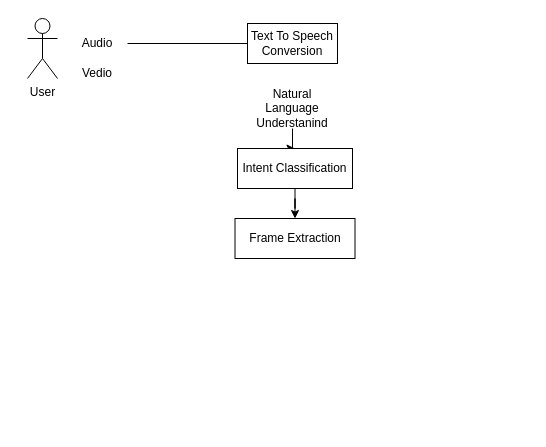
Above: Untitled Diagram.drawio in ahmad2001hotmailyahoo/ahmad-arc (draw.io), before the change. Source tidied: cells renumbered, new cells numbered last; positions are measured from the earlier drawing's top-left corner, leaving out a move shared by most shapes. Both pictures are drawn from the tidied source at 100%, with x=0, y=0 at pixel (27, 18).
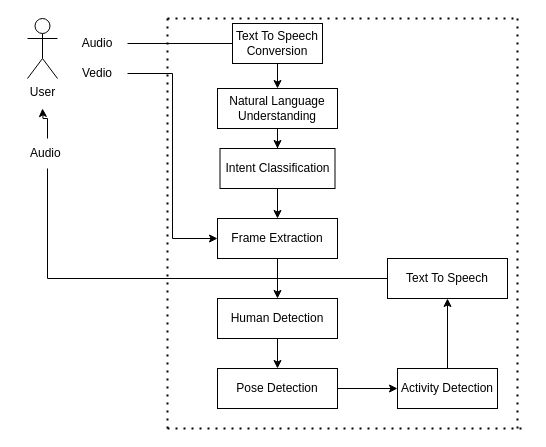
The same diagram, later.

The change refers to these unchanged cells:
```xml
<mxCell id="5" value="Vedio" style="text;html=1;strokeColor=none;fillColor=none;align=center;verticalAlign=middle;whiteSpace=wrap;rounded=0;" parent="1" vertex="1">
  <mxGeometry x="40" y="40" width="60" height="30" as="geometry" />
</mxCell>
```

Change to the diagram source:
```diff
@@
+    <mxCell id="12" style="edgeStyle=orthogonalEdgeStyle;rounded=0;jettySize=auto;html=1;entryX=0;entryY=0.5;entryDx=0;entryDy=0;" parent="1" edge="1" source="5" target="11">
+      <mxGeometry relative="1" as="geometry" />
+    </mxCell>
@@
+    <mxCell id="13" style="edgeStyle=orthogonalEdgeStyle;rounded=0;jettySize=auto;html=1;entryX=0.5;entryY=0;entryDx=0;entryDy=0;" parent="1" edge="1" source="6" target="16">
+      <mxGeometry relative="1" as="geometry" />
+    </mxCell>
     <mxCell id="6" value="Text To Speech Conversion" style="rounded=0;whiteSpace=wrap;html=1;" parent="1" vertex="1">
-      <mxGeometry x="220" y="5" width="90" height="40" as="geometry" />
+      <mxGeometry x="205" y="5" width="90" height="40" as="geometry" />
     </mxCell>
-    <mxCell id="7" style="edgeStyle=orthogonalEdgeStyle;rounded=0;jettySize=auto;html=1;" parent="1" edge="1" source="8" target="10">
-      <mxGeometry relative="1" as="geometry" />
-    </mxCell>
-    <mxCell id="8" value="Natural Language Understanind" style="text;html=1;strokeColor=none;fillColor=none;align=center;verticalAlign=middle;whiteSpace=wrap;rounded=0;" parent="1" vertex="1">
-      <mxGeometry x="220" y="70" width="90" height="40" as="geometry" />
-    </mxCell>
@@
     <mxCell id="10" value="Intent Classification" style="whiteSpace=wrap;html=1;" parent="1" vertex="1">
-      <mxGeometry x="210" y="130" width="115" height="40" as="geometry" />
+      <mxGeometry x="192.5" y="130" width="115" height="40" as="geometry" />
     </mxCell>
+    <mxCell id="14" style="edgeStyle=orthogonalEdgeStyle;rounded=0;jettySize=auto;html=1;" parent="1" edge="1" source="11" target="18">
+      <mxGeometry relative="1" as="geometry" />
+    </mxCell>
     <mxCell id="11" value="Frame Extraction" style="whiteSpace=wrap;html=1;" parent="1" vertex="1">
-      <mxGeometry x="207.5" y="200" width="120" height="40" as="geometry" />
+      <mxGeometry x="190" y="200" width="120" height="40" as="geometry" />
     </mxCell>
+    <mxCell id="15" style="edgeStyle=orthogonalEdgeStyle;rounded=0;jettySize=auto;html=1;entryX=0.5;entryY=0;entryDx=0;entryDy=0;" parent="1" edge="1" source="16" target="10">
+      <mxGeometry relative="1" as="geometry" />
+    </mxCell>
+    <mxCell id="16" value="Natural Language Understanding" style="rounded=0;whiteSpace=wrap;html=1;" parent="1" vertex="1">
+      <mxGeometry x="190" y="70" width="120" height="40" as="geometry" />
+    </mxCell>
+    <mxCell id="17" style="edgeStyle=orthogonalEdgeStyle;rounded=0;jettySize=auto;html=1;" parent="1" edge="1" source="18" target="20">
+      <mxGeometry relative="1" as="geometry" />
+    </mxCell>
+    <mxCell id="18" value="Human Detection" style="whiteSpace=wrap;html=1;" parent="1" vertex="1">
+      <mxGeometry x="190" y="280" width="120" height="40" as="geometry" />
+    </mxCell>
+    <mxCell id="19" style="edgeStyle=orthogonalEdgeStyle;rounded=0;jettySize=auto;html=1;" parent="1" edge="1" source="20" target="22">
+      <mxGeometry relative="1" as="geometry" />
+    </mxCell>
+    <mxCell id="20" value="Pose Detection" style="whiteSpace=wrap;html=1;" parent="1" vertex="1">
+      <mxGeometry x="190" y="350" width="120" height="40" as="geometry" />
+    </mxCell>
+    <mxCell id="21" style="edgeStyle=orthogonalEdgeStyle;rounded=0;jettySize=auto;html=1;" parent="1" edge="1" source="22" target="24">
+      <mxGeometry relative="1" as="geometry" />
+    </mxCell>
+    <mxCell id="22" value="Activity Detection" style="whiteSpace=wrap;html=1;" parent="1" vertex="1">
+      <mxGeometry x="370" y="350" width="100" height="40" as="geometry" />
+    </mxCell>
+    <mxCell id="23" style="edgeStyle=orthogonalEdgeStyle;rounded=0;jettySize=auto;html=1;startArrow=none;" parent="1" edge="1" source="26">
+      <mxGeometry relative="1" as="geometry">
+        <mxPoint x="15" y="90" as="targetPoint" />
+      </mxGeometry>
+    </mxCell>
+    <mxCell id="24" value="Text To Speech&lt;br&gt;" style="whiteSpace=wrap;html=1;" parent="1" vertex="1">
+      <mxGeometry x="360" y="240" width="120" height="40" as="geometry" />
+    </mxCell>
+    <mxCell id="25" style="edgeStyle=orthogonalEdgeStyle;rounded=0;jettySize=auto;html=1;endArrow=none;" parent="1" edge="1" source="24" target="26">
+      <mxGeometry relative="1" as="geometry" />
+    </mxCell>
+    <mxCell id="26" value="Audio&amp;nbsp;&lt;br&gt;" style="text;html=1;strokeColor=none;fillColor=none;align=center;verticalAlign=middle;whiteSpace=wrap;rounded=0;" parent="1" vertex="1">
+      <mxGeometry x="-10" y="120" width="60" height="30" as="geometry" />
+    </mxCell>
+    <mxCell id="27" style="endArrow=none;dashed=1;html=1;dashPattern=1 3;strokeWidth=2;rounded=0;" parent="1" edge="1">
+      <mxGeometry relative="1" as="geometry">
+        <mxPoint x="140" y="410" as="sourcePoint" />
+        <mxPoint x="140" as="targetPoint" />
+      </mxGeometry>
+    </mxCell>
+    <mxCell id="28" style="endArrow=none;dashed=1;html=1;dashPattern=1 3;strokeWidth=2;rounded=0;" parent="1" edge="1">
+      <mxGeometry relative="1" as="geometry">
+        <mxPoint x="140" y="410" as="sourcePoint" />
+        <mxPoint x="500" y="410" as="targetPoint" />
+      </mxGeometry>
+    </mxCell>
+    <mxCell id="29" style="endArrow=none;dashed=1;html=1;dashPattern=1 3;strokeWidth=2;rounded=0;" parent="1" edge="1">
+      <mxGeometry relative="1" as="geometry">
+        <mxPoint x="490" y="410" as="sourcePoint" />
+        <mxPoint x="490" as="targetPoint" />
+      </mxGeometry>
+    </mxCell>
+    <mxCell id="30" style="endArrow=none;dashed=1;html=1;dashPattern=1 3;strokeWidth=2;rounded=0;" parent="1" edge="1">
+      <mxGeometry relative="1" as="geometry">
+        <mxPoint x="140" as="sourcePoint" />
+        <mxPoint x="490" as="targetPoint" />
+      </mxGeometry>
+    </mxCell>
```
